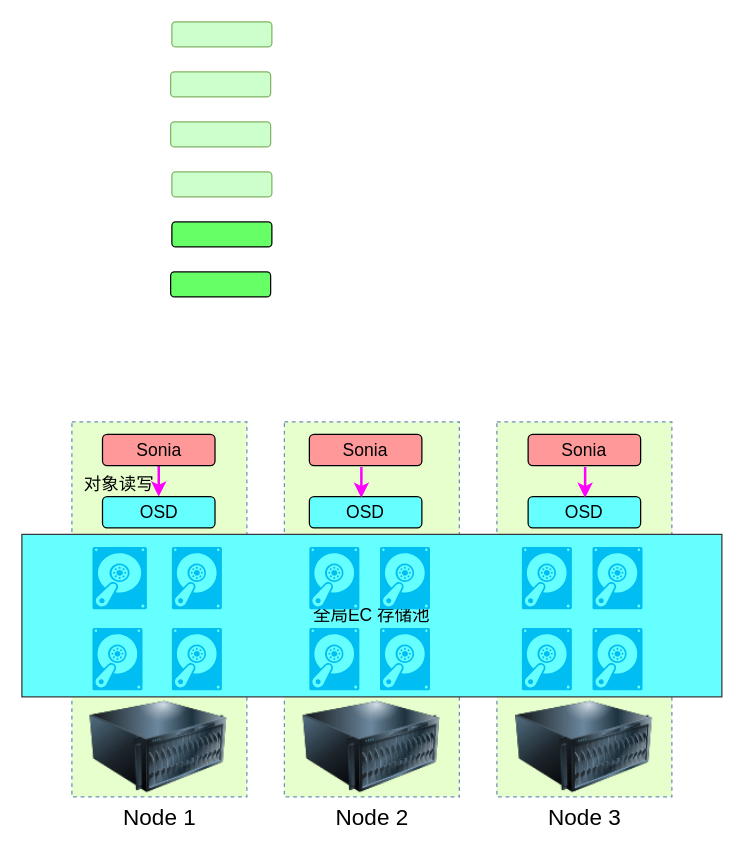
Earlier version of the draw.io diagram Storage_strategy_4.drawio (snowolfhawk/ceph-scripts). Source tidied: cells renumbered, new cells numbered last; positions are measured from the earlier drawing's top-left corner, leaving out a move shared by most shapes. Both pictures are drawn from the tidied source at 125%, with x=0, y=0 at pixel (21, 21).
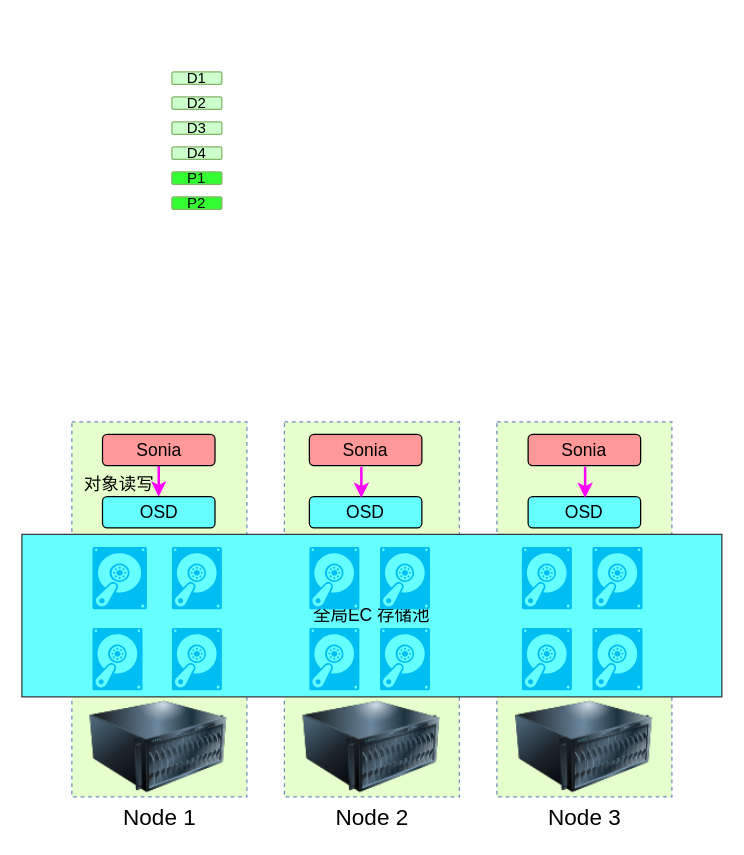
The same page after the edit.

What changed in the source:
```diff
@@
-    <mxCell id="2" style="rounded=1;whiteSpace=wrap;html=1;fillColor=#CCFFCC;strokeColor=#82b366;" parent="1" vertex="1">
-      <mxGeometry x="120" width="80" height="20" as="geometry" />
+    <mxCell id="2" value="P2" style="rounded=1;whiteSpace=wrap;html=1;fillColor=#33FF33;strokeColor=#82b366;" parent="1" vertex="1">
+      <mxGeometry x="120" y="140" width="40" height="10" as="geometry" />
     </mxCell>
-    <mxCell id="3" style="rounded=1;whiteSpace=wrap;html=1;fillColor=#CCFFCC;strokeColor=#82b366;" parent="1" vertex="1">
-      <mxGeometry x="119" y="40" width="80" height="20" as="geometry" />
-    </mxCell>
-    <mxCell id="4" style="rounded=1;whiteSpace=wrap;html=1;fillColor=#CCFFCC;strokeColor=#82b366;" parent="1" vertex="1">
-      <mxGeometry x="120" y="120" width="80" height="20" as="geometry" />
-    </mxCell>
-    <mxCell id="5" style="rounded=1;whiteSpace=wrap;html=1;fillColor=#CCFFCC;strokeColor=#82b366;" parent="1" vertex="1">
-      <mxGeometry x="119" y="80" width="80" height="20" as="geometry" />
-    </mxCell>
-    <mxCell id="6" style="rounded=1;whiteSpace=wrap;html=1;fillColor=#66FF66;" parent="1" vertex="1">
-      <mxGeometry x="120" y="160" width="80" height="20" as="geometry" />
-    </mxCell>
-    <mxCell id="7" style="rounded=1;whiteSpace=wrap;html=1;fillColor=#66FF66;" parent="1" vertex="1">
-      <mxGeometry x="119" y="200" width="80" height="20" as="geometry" />
-    </mxCell>
@@
+    <mxCell id="37" value="D1" style="rounded=1;whiteSpace=wrap;html=1;fillColor=#CCFFCC;strokeColor=#82b366;" parent="1" vertex="1">
+      <mxGeometry x="120" y="40" width="40" height="10" as="geometry" />
+    </mxCell>
+    <mxCell id="38" value="D2" style="rounded=1;whiteSpace=wrap;html=1;fillColor=#CCFFCC;strokeColor=#82b366;" parent="1" vertex="1">
+      <mxGeometry x="120" y="60" width="40" height="10" as="geometry" />
+    </mxCell>
+    <mxCell id="39" value="P1" style="rounded=1;whiteSpace=wrap;html=1;fillColor=#33FF33;strokeColor=#82b366;" parent="1" vertex="1">
+      <mxGeometry x="120" y="120" width="40" height="10" as="geometry" />
+    </mxCell>
+    <mxCell id="40" value="D4" style="rounded=1;whiteSpace=wrap;html=1;fillColor=#CCFFCC;strokeColor=#82b366;" parent="1" vertex="1">
+      <mxGeometry x="120" y="100" width="40" height="10" as="geometry" />
+    </mxCell>
+    <mxCell id="41" value="D3" style="rounded=1;whiteSpace=wrap;html=1;fillColor=#CCFFCC;strokeColor=#82b366;" parent="1" vertex="1">
+      <mxGeometry x="120" y="80" width="40" height="10" as="geometry" />
+    </mxCell>
```
